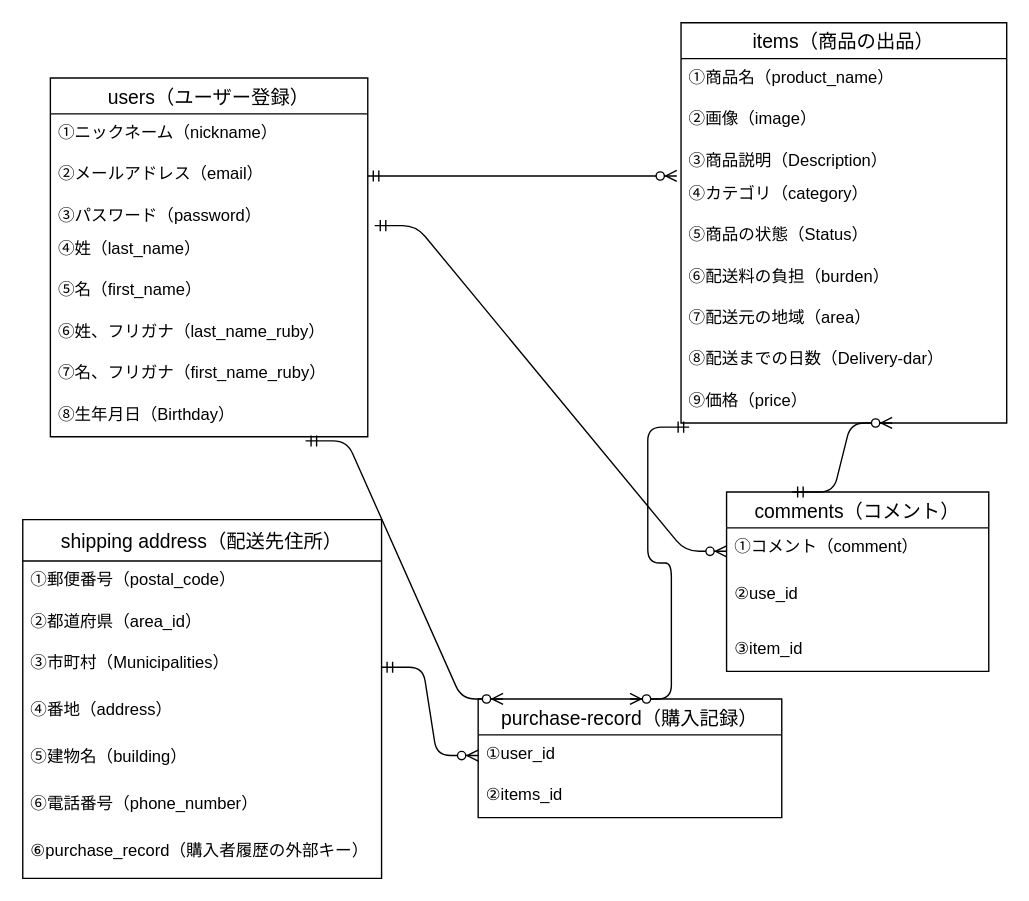
Above: test.dio in GYO002/furima-35723 (draw.io), before the change. Source tidied: cells renumbered, new cells numbered last; positions are measured from the earlier drawing's top-left corner, leaving out a move shared by most shapes. Both pictures are drawn from the tidied source at 138%, with x=0, y=0 at pixel (22, 22).
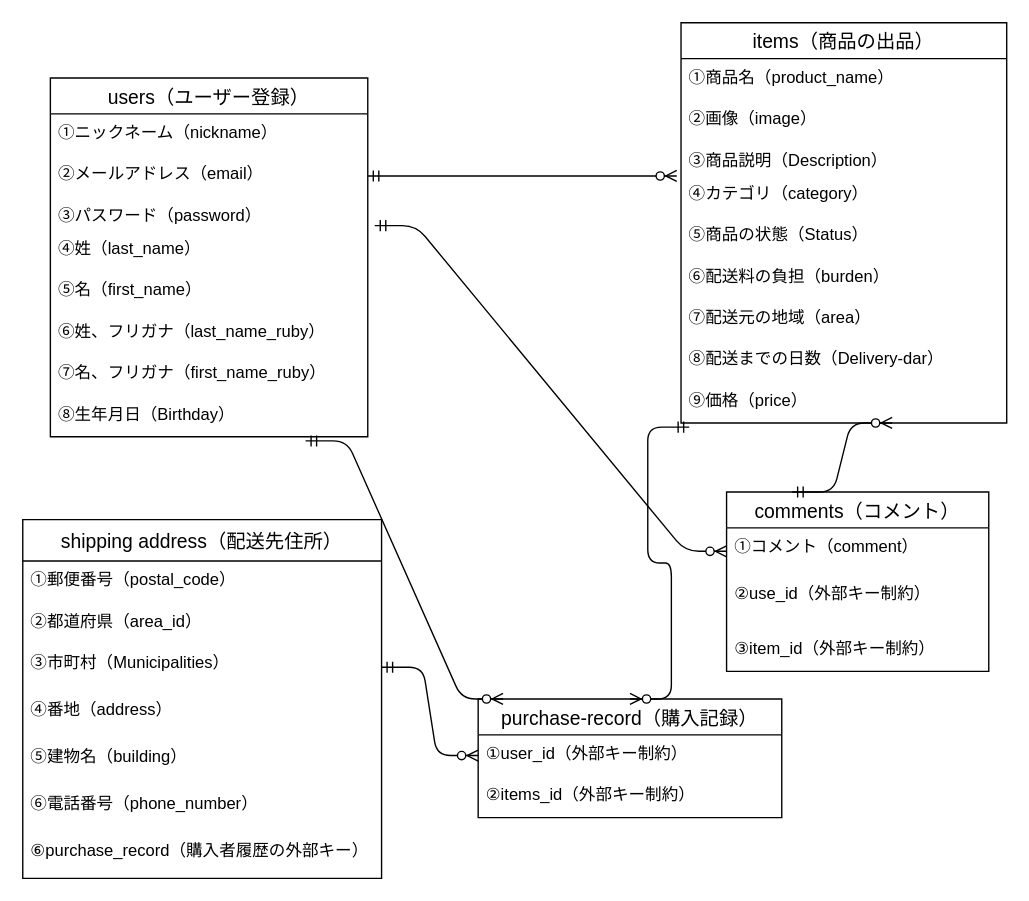
The same diagram, later.

The change refers to these unchanged cells:
```xml
<mxCell id="29" value="purchase-record（購入記録）" style="swimlane;fontStyle=0;horizontal=1;startSize=26;align=center;fontSize=14;" parent="1" vertex="1">
  <mxGeometry x="330" y="490" width="220" height="86" as="geometry" />
</mxCell>
<mxCell id="32" value="comments（コメント）" style="swimlane;fontStyle=0;horizontal=1;startSize=26;align=center;fontSize=14;" parent="1" vertex="1">
  <mxGeometry x="510" y="340" width="190" height="130" as="geometry" />
</mxCell>
```

Change to the diagram source:
```diff
@@
-    <mxCell id="30" value="①user_id" style="text;strokeColor=none;fillColor=none;spacingLeft=4;spacingRight=4;overflow=hidden;points=[[0,0.5],[1,0.5]];portConstraint=eastwest;fontSize=12;" parent="29" vertex="1">
+    <mxCell id="30" value="①user_id（外部キー制約）" style="text;strokeColor=none;fillColor=none;spacingLeft=4;spacingRight=4;overflow=hidden;points=[[0,0.5],[1,0.5]];portConstraint=eastwest;fontSize=12;" parent="29" vertex="1">
       <mxGeometry y="26" width="220" height="30" as="geometry" />
     </mxCell>
-    <mxCell id="31" value="②items_id" style="text;strokeColor=none;fillColor=none;spacingLeft=4;spacingRight=4;overflow=hidden;fontSize=12;" parent="29" vertex="1">
+    <mxCell id="31" value="②items_id（外部キー制約）" style="text;strokeColor=none;fillColor=none;spacingLeft=4;spacingRight=4;overflow=hidden;fontSize=12;" parent="29" vertex="1">
       <mxGeometry y="56" width="220" height="30" as="geometry" />
     </mxCell>
@@
-    <mxCell id="34" value="②use_id" style="text;strokeColor=none;fillColor=none;spacingLeft=4;spacingRight=4;overflow=hidden;fontSize=12;verticalAlign=top;" parent="32" vertex="1">
+    <mxCell id="34" value="②use_id（外部キー制約）" style="text;strokeColor=none;fillColor=none;spacingLeft=4;spacingRight=4;overflow=hidden;fontSize=12;verticalAlign=top;" parent="32" vertex="1">
       <mxGeometry y="60" width="190" height="40" as="geometry" />
     </mxCell>
-    <mxCell id="35" value="③item_id" style="text;strokeColor=none;fillColor=none;spacingLeft=4;spacingRight=4;overflow=hidden;fontSize=12;verticalAlign=top;" parent="32" vertex="1">
+    <mxCell id="35" value="③item_id（外部キー制約）" style="text;strokeColor=none;fillColor=none;spacingLeft=4;spacingRight=4;overflow=hidden;fontSize=12;verticalAlign=top;" parent="32" vertex="1">
       <mxGeometry y="100" width="190" height="30" as="geometry" />
     </mxCell>
```
